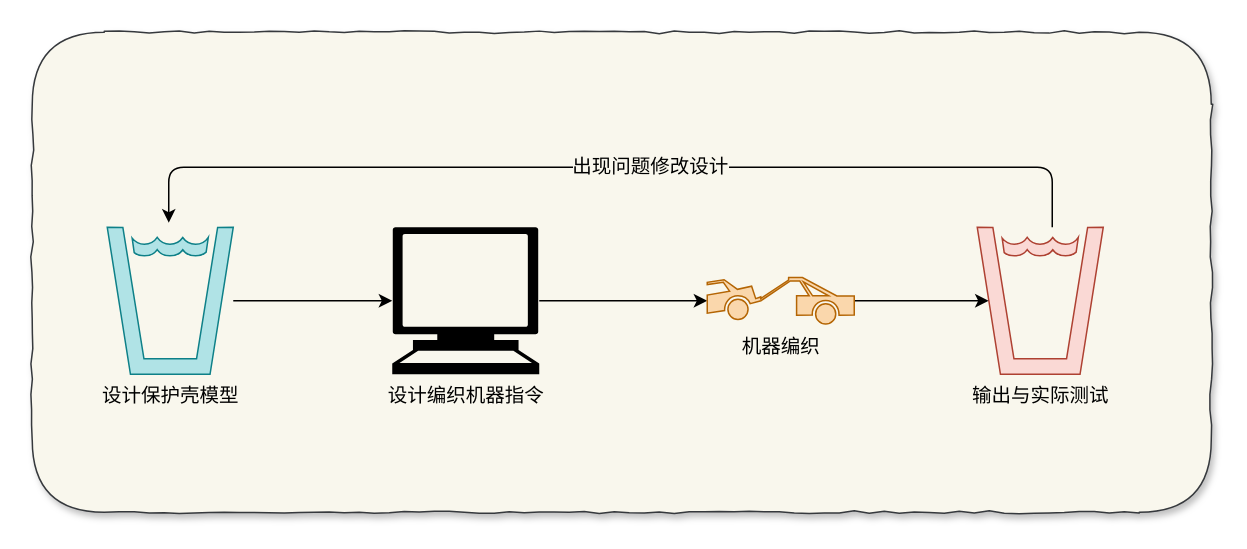
Earlier version of the draw.io diagram page "1-编织流程" (3 of 4) of 毕设.drawio (ScarboroughCoral/Draw.io.Storage). Source tidied: cells renumbered, new cells numbered last; positions are measured from the earlier drawing's top-left corner, leaving out a move shared by most shapes. Both pictures are drawn from the tidied source at 150%, with x=0, y=0 at pixel (32, 32).
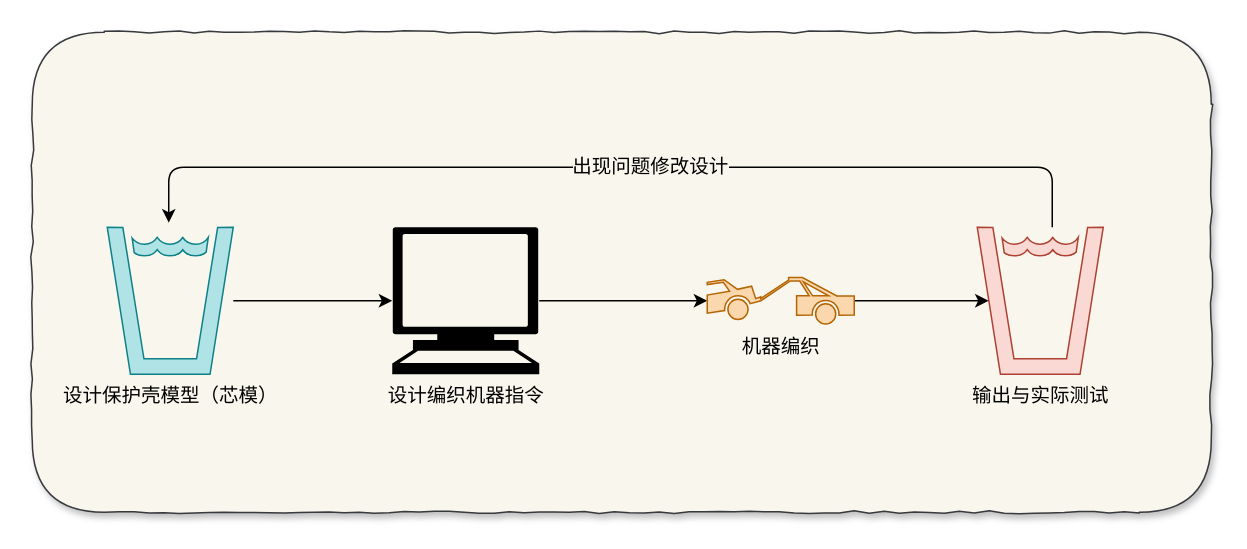
After the change.

The edit, as a diff of the source:
```diff
@@
 <mxGraphModel>
   <root>
     <mxCell id="0" />
     <mxCell id="1" parent="0" />
     <mxCell id="2" style="rounded=1;whiteSpace=wrap;html=1;fillColor=#f9f7ed;strokeColor=#36393d;fontSize=13;shadow=1;comic=1;" parent="1" vertex="1">
       <mxGeometry width="786" height="320" as="geometry" />
     </mxCell>
     <mxCell id="3" style="edgeStyle=orthogonalEdgeStyle;rounded=0;jettySize=auto;html=1;entryX=0;entryY=0.5;entryDx=0;entryDy=0;entryPerimeter=0;fontSize=13;" parent="1" edge="1" source="4" target="9">
       <mxGeometry relative="1" as="geometry" />
     </mxCell>
-    <mxCell id="4" value="设计保护壳模型" style="shape=mxgraph.signs.food.drinking_water_1;html=1;fillColor=#b0e3e6;strokeColor=#0e8088;verticalLabelPosition=bottom;verticalAlign=top;align=center;fontSize=13;" parent="1" vertex="1">
+    <mxCell id="4" value="设计保护壳模型（芯模）" style="shape=mxgraph.signs.food.drinking_water_1;html=1;fillColor=#b0e3e6;strokeColor=#0e8088;verticalLabelPosition=bottom;verticalAlign=top;align=center;fontSize=13;" parent="1" vertex="1">
       <mxGeometry x="50" y="130" width="84" height="98" as="geometry" />
     </mxCell>
     <mxCell id="5" style="edgeStyle=orthogonalEdgeStyle;rounded=1;jettySize=auto;html=1;entryX=0.488;entryY=-0.031;entryDx=0;entryDy=0;entryPerimeter=0;fontSize=13;" parent="1" edge="1" source="7" target="4">
       <mxGeometry relative="1" as="geometry">
         <Array as="points">
           <mxPoint x="680" y="90" />
           <mxPoint x="91" y="90" />
         </Array>
       </mxGeometry>
     </mxCell>
     <mxCell id="6" value="出现问题修改设计" style="text;html=1;align=center;verticalAlign=middle;labelBackgroundColor=#F9F7ED;fontSize=13;" parent="5" vertex="1">
       <mxGeometry x="-0.12" y="-2" relative="1" as="geometry">
         <mxPoint x="-16" as="offset" />
       </mxGeometry>
     </mxCell>
     <mxCell id="7" value="输出与实际测试" style="shape=mxgraph.signs.food.drinking_water_1;html=1;fillColor=#fad9d5;strokeColor=#ae4132;verticalLabelPosition=bottom;verticalAlign=top;align=center;fontSize=13;" parent="1" vertex="1">
       <mxGeometry x="630" y="130" width="84" height="98" as="geometry" />
     </mxCell>
     <mxCell id="8" style="edgeStyle=orthogonalEdgeStyle;rounded=0;jettySize=auto;html=1;entryX=0;entryY=0.5;entryDx=0;entryDy=0;entryPerimeter=0;fontSize=13;" parent="1" edge="1" source="9" target="11">
       <mxGeometry relative="1" as="geometry" />
     </mxCell>
     <mxCell id="9" value="设计编织机器指令" style="shape=mxgraph.signs.tech.computer;html=1;fillColor=#000000;strokeColor=none;verticalLabelPosition=bottom;verticalAlign=top;align=center;fontSize=13;" parent="1" vertex="1">
       <mxGeometry x="240" y="130" width="98" height="98" as="geometry" />
     </mxCell>
     <mxCell id="10" style="edgeStyle=orthogonalEdgeStyle;rounded=0;jettySize=auto;html=1;entryX=0.09;entryY=0.5;entryDx=0;entryDy=0;entryPerimeter=0;fontSize=13;" parent="1" edge="1" source="11" target="7">
       <mxGeometry relative="1" as="geometry" />
     </mxCell>
     <mxCell id="11" value="机器编织" style="shape=mxgraph.signs.transportation.tow_away;html=1;fillColor=#fad7ac;strokeColor=#b46504;verticalLabelPosition=bottom;verticalAlign=top;align=center;fontSize=13;" parent="1" vertex="1">
       <mxGeometry x="450" y="163.5" width="98" height="31" as="geometry" />
     </mxCell>
   </root>
 </mxGraphModel>
```
